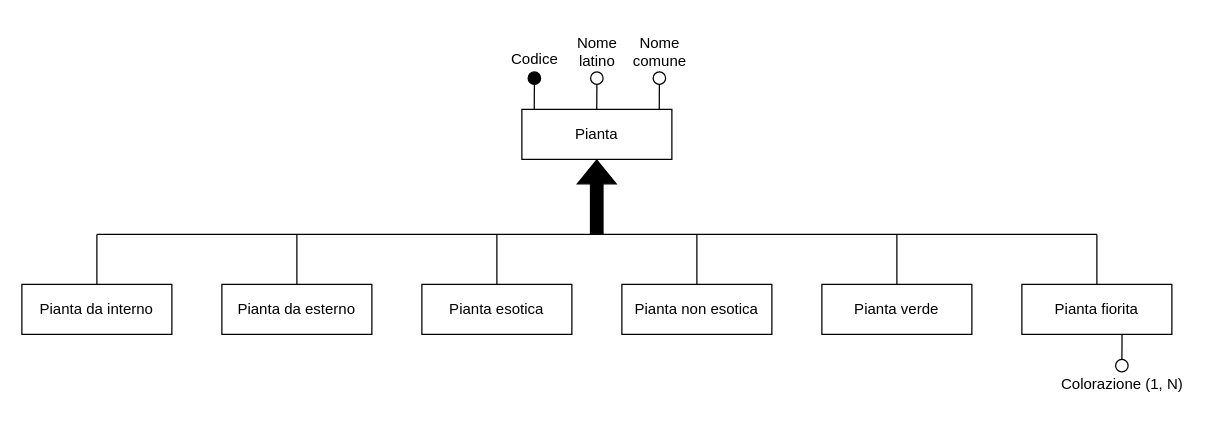
Earlier version of the draw.io diagram ER-diagrams/ER-Piante.drawio (nic-agos/Verde-S.R.L). Source tidied: cells renumbered, new cells numbered last; positions are measured from the earlier drawing's top-left corner, leaving out a move shared by most shapes. Both pictures are drawn from the tidied source at 125%, with x=0, y=0 at pixel (21, 32).
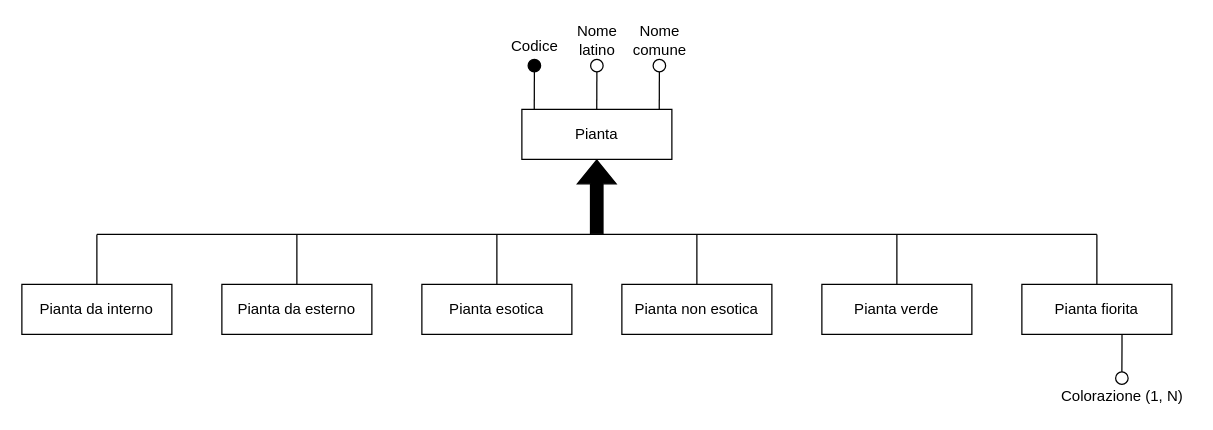
After the change.

Diff of the diagram source:
```diff
@@
-    <mxCell id="17" style="endArrow=none;html=1;rounded=0;fillColor=#000000;entryX=0.166;entryY=0;entryDx=0;entryDy=0;entryPerimeter=0;" parent="1" edge="1">
+    <mxCell id="17" style="endArrow=none;html=1;rounded=0;fillColor=#000000;entryX=0.166;entryY=0;entryDx=0;entryDy=0;entryPerimeter=0;exitX=0.5;exitY=1;exitDx=0;exitDy=0;" parent="1" edge="1" source="18">
       <mxGeometry relative="1" as="geometry">
-        <mxPoint x="410" y="41" as="sourcePoint" />
         <mxPoint x="409.9" y="61" as="targetPoint" />
       </mxGeometry>
     </mxCell>
     <mxCell id="18" style="ellipse;whiteSpace=wrap;html=1;strokeWidth=1;fillColor=#000000;" parent="1" vertex="1">
-      <mxGeometry x="405" y="31" width="10" height="10" as="geometry" />
+      <mxGeometry x="405" y="21" width="10" height="10" as="geometry" />
     </mxCell>
     <mxCell id="19" value="Codice" style="text;html=1;align=center;verticalAlign=middle;strokeColor=none;fillColor=none;" parent="1" vertex="1">
-      <mxGeometry x="385" y="11" width="50" height="20" as="geometry" />
+      <mxGeometry x="385" y="1" width="50" height="20" as="geometry" />
     </mxCell>
-    <mxCell id="20" style="endArrow=none;html=1;rounded=0;fillColor=#000000;entryX=0.166;entryY=0;entryDx=0;entryDy=0;entryPerimeter=0;" parent="1" edge="1">
+    <mxCell id="20" style="endArrow=none;html=1;rounded=0;fillColor=#000000;entryX=0.166;entryY=0;entryDx=0;entryDy=0;entryPerimeter=0;exitX=0.5;exitY=1;exitDx=0;exitDy=0;" parent="1" edge="1" source="21">
       <mxGeometry relative="1" as="geometry">
-        <mxPoint x="460" y="41" as="sourcePoint" />
         <mxPoint x="459.9" y="61" as="targetPoint" />
       </mxGeometry>
     </mxCell>
     <mxCell id="21" style="ellipse;whiteSpace=wrap;html=1;strokeWidth=1;fillColor=none;" parent="1" vertex="1">
-      <mxGeometry x="455" y="31" width="10" height="10" as="geometry" />
+      <mxGeometry x="455" y="21" width="10" height="10" as="geometry" />
     </mxCell>
     <mxCell id="22" value="Nome &lt;br&gt;latino" style="text;html=1;align=center;verticalAlign=middle;strokeColor=none;fillColor=none;" parent="1" vertex="1">
-      <mxGeometry x="435" width="50" height="30" as="geometry" />
+      <mxGeometry x="435" y="-9" width="50" height="30" as="geometry" />
     </mxCell>
-    <mxCell id="23" style="endArrow=none;html=1;rounded=0;fillColor=#000000;entryX=0.166;entryY=0;entryDx=0;entryDy=0;entryPerimeter=0;" parent="1" edge="1">
+    <mxCell id="23" style="endArrow=none;html=1;rounded=0;fillColor=#000000;entryX=0.166;entryY=0;entryDx=0;entryDy=0;entryPerimeter=0;exitX=0.5;exitY=1;exitDx=0;exitDy=0;" parent="1" edge="1" source="24">
       <mxGeometry relative="1" as="geometry">
-        <mxPoint x="510" y="41" as="sourcePoint" />
         <mxPoint x="509.9" y="61" as="targetPoint" />
       </mxGeometry>
     </mxCell>
     <mxCell id="24" style="ellipse;whiteSpace=wrap;html=1;strokeWidth=1;fillColor=none;" parent="1" vertex="1">
-      <mxGeometry x="505" y="31" width="10" height="10" as="geometry" />
+      <mxGeometry x="505" y="21" width="10" height="10" as="geometry" />
     </mxCell>
     <mxCell id="25" value="Nome &lt;br&gt;comune" style="text;html=1;align=center;verticalAlign=middle;strokeColor=none;fillColor=none;" parent="1" vertex="1">
-      <mxGeometry x="480" width="60" height="30" as="geometry" />
+      <mxGeometry x="480" y="-9" width="60" height="30" as="geometry" />
     </mxCell>
-    <mxCell id="26" style="endArrow=none;html=1;rounded=0;fillColor=#000000;entryX=0.166;entryY=0;entryDx=0;entryDy=0;entryPerimeter=0;" parent="1" edge="1">
+    <mxCell id="26" style="endArrow=none;html=1;rounded=0;fillColor=#000000;entryX=0.5;entryY=0;entryDx=0;entryDy=0;" parent="1" edge="1" target="27">
       <mxGeometry relative="1" as="geometry">
         <mxPoint x="880.1" y="241" as="sourcePoint" />
-        <mxPoint x="880" y="261" as="targetPoint" />
         <Array as="points">
           <mxPoint x="880.1" y="251" />
         </Array>
       </mxGeometry>
     </mxCell>
     <mxCell id="27" style="ellipse;whiteSpace=wrap;html=1;strokeWidth=1;fillColor=none;" parent="1" vertex="1">
-      <mxGeometry x="875" y="261" width="10" height="10" as="geometry" />
+      <mxGeometry x="875" y="271" width="10" height="10" as="geometry" />
     </mxCell>
     <mxCell id="28" value="Colorazione (1, N)" style="text;html=1;align=center;verticalAlign=middle;strokeColor=none;fillColor=none;" parent="1" vertex="1">
-      <mxGeometry x="825" y="271" width="110" height="20" as="geometry" />
+      <mxGeometry x="825" y="281" width="110" height="20" as="geometry" />
     </mxCell>
```
